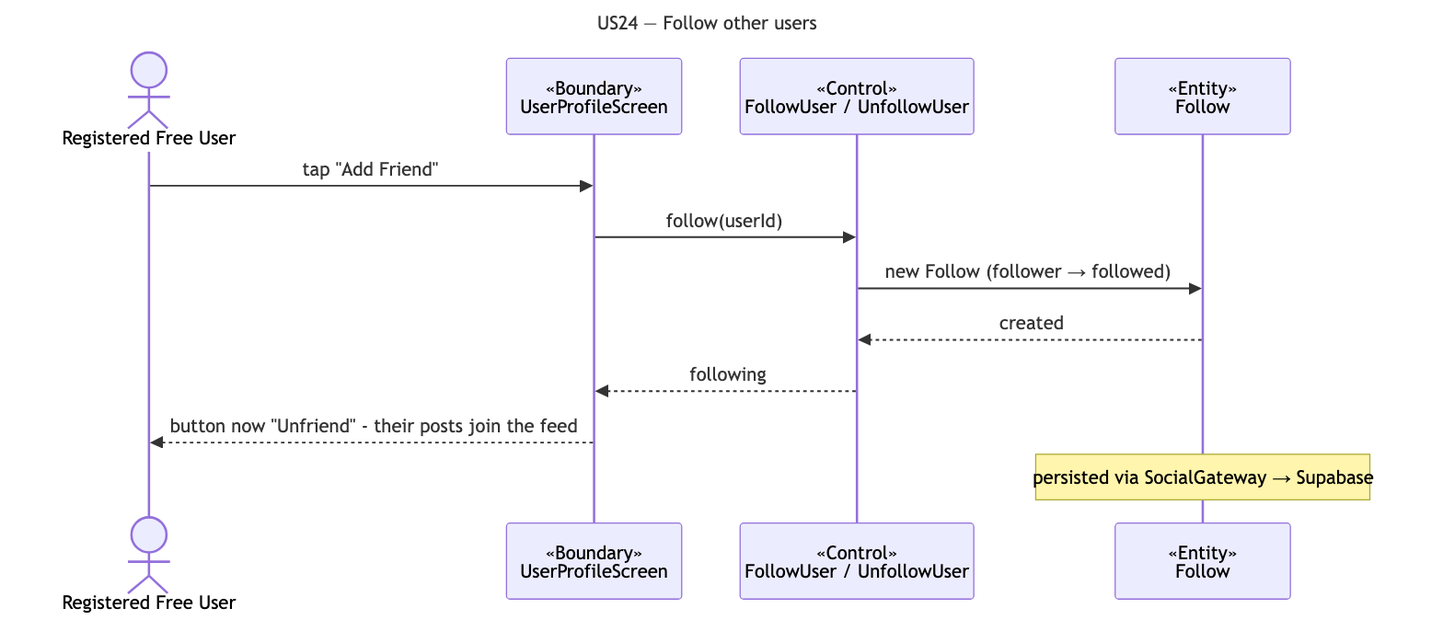
Earlier version of the Mermaid export docs/deliverables/sequence-diagrams/US24-follow-users.png (cyuanjun/FYP-26-S2-37-app). Its source is kept beside it as docs/deliverables/sequence-diagrams/src/US24-follow-users.mmd.
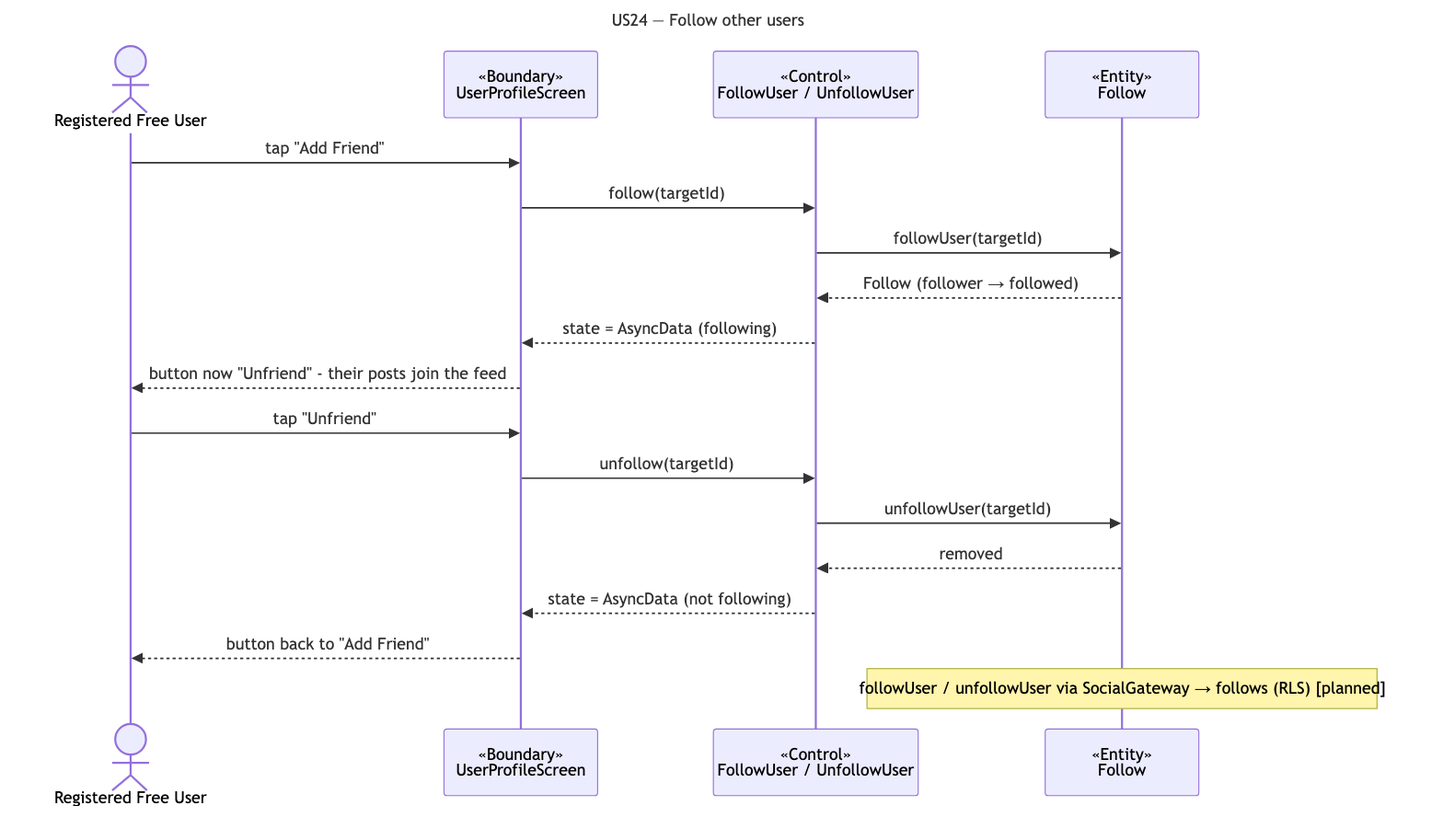
Above is the later version.

The edit, as a diff of the source:
```diff
@@ -7,9 +7,15 @@
   participant C as «Control»<br/>FollowUser / UnfollowUser
   participant E as «Entity»<br/>Follow
   A->>B: tap "Add Friend"
-  B->>C: follow(userId)
-  C->>E: new Follow (follower → followed)
-  E-->>C: created
-  C-->>B: following
+  B->>C: follow(targetId)
+  C->>E: followUser(targetId)
+  E-->>C: Follow (follower → followed)
+  C-->>B: state = AsyncData (following)
   B-->>A: button now "Unfriend" - their posts join the feed
-  note over E: persisted via SocialGateway → Supabase
+  A->>B: tap "Unfriend"
+  B->>C: unfollow(targetId)
+  C->>E: unfollowUser(targetId)
+  E-->>C: removed
+  C-->>B: state = AsyncData (not following)
+  B-->>A: button back to "Add Friend"
+  note over E: followUser / unfollowUser via SocialGateway → follows (RLS) [planned]
```
